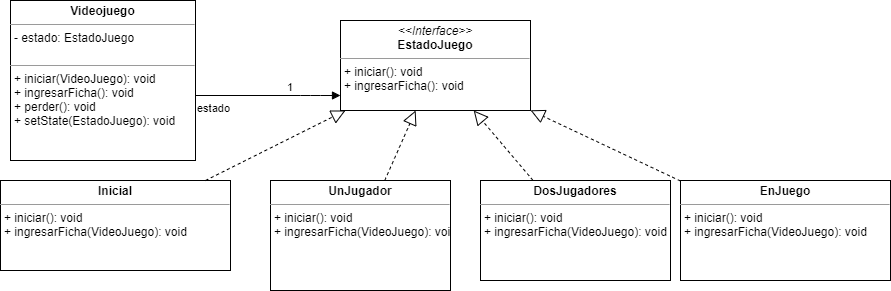
Earlier version of the draw.io export src/tpStateStrategy/videoJuego/Videojuego.png (CundariNicolas/unqui-poo2-cundari). Source tidied: cells renumbered, new cells last; positions are measured from the earlier drawing's top-left corner, leaving out a move shared by most shapes.
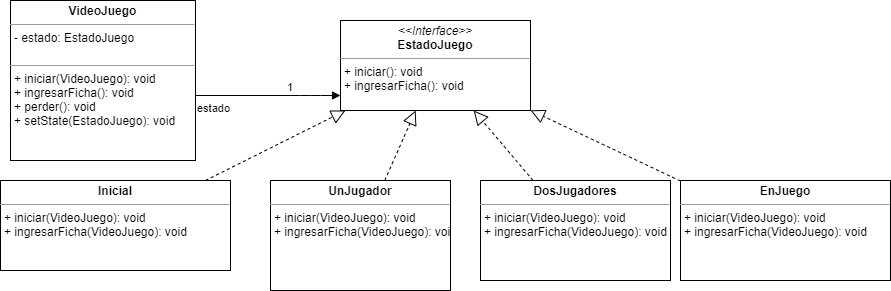
Above is the later version.

Change to the diagram source:
```diff
@@ -2,22 +2,22 @@
   <root>
     <mxCell id="0" />
     <mxCell id="1" parent="0" />
-    <mxCell id="2" value="&lt;p style=&quot;margin: 0px ; margin-top: 4px ; text-align: center&quot;&gt;&lt;b&gt;Videojuego&lt;/b&gt;&lt;/p&gt;&lt;hr size=&quot;1&quot;&gt;&lt;p style=&quot;margin: 0px ; margin-left: 4px&quot;&gt;- estado: EstadoJuego&lt;/p&gt;&lt;p style=&quot;margin: 0px ; margin-left: 4px&quot;&gt;&lt;br&gt;&lt;/p&gt;&lt;hr size=&quot;1&quot;&gt;&lt;p style=&quot;margin: 0px ; margin-left: 4px&quot;&gt;+ iniciar(VideoJuego): void&lt;/p&gt;&lt;p style=&quot;margin: 0px ; margin-left: 4px&quot;&gt;+ ingresarFicha(): void&lt;/p&gt;&lt;p style=&quot;margin: 0px ; margin-left: 4px&quot;&gt;+ perder(): void&lt;/p&gt;&lt;p style=&quot;margin: 0px ; margin-left: 4px&quot;&gt;+ setState(EstadoJuego): void&lt;/p&gt;&lt;p style=&quot;margin: 0px ; margin-left: 4px&quot;&gt;&lt;br&gt;&lt;/p&gt;" style="verticalAlign=top;align=left;overflow=fill;fontSize=12;fontFamily=Helvetica;html=1;" parent="1" vertex="1">
+    <mxCell id="2" value="&lt;p style=&quot;margin: 0px ; margin-top: 4px ; text-align: center&quot;&gt;&lt;b&gt;VideoJuego&lt;/b&gt;&lt;/p&gt;&lt;hr size=&quot;1&quot;&gt;&lt;p style=&quot;margin: 0px ; margin-left: 4px&quot;&gt;- estado: EstadoJuego&lt;/p&gt;&lt;p style=&quot;margin: 0px ; margin-left: 4px&quot;&gt;&lt;br&gt;&lt;/p&gt;&lt;hr size=&quot;1&quot;&gt;&lt;p style=&quot;margin: 0px ; margin-left: 4px&quot;&gt;+ iniciar(VideoJuego): void&lt;/p&gt;&lt;p style=&quot;margin: 0px ; margin-left: 4px&quot;&gt;+ ingresarFicha(): void&lt;/p&gt;&lt;p style=&quot;margin: 0px ; margin-left: 4px&quot;&gt;+ perder(): void&lt;/p&gt;&lt;p style=&quot;margin: 0px ; margin-left: 4px&quot;&gt;+ setState(EstadoJuego): void&lt;/p&gt;&lt;p style=&quot;margin: 0px ; margin-left: 4px&quot;&gt;&lt;br&gt;&lt;/p&gt;" style="verticalAlign=top;align=left;overflow=fill;fontSize=12;fontFamily=Helvetica;html=1;" parent="1" vertex="1">
       <mxGeometry x="10" width="185" height="160" as="geometry" />
     </mxCell>
     <mxCell id="3" value="&lt;p style=&quot;margin: 0px ; margin-top: 4px ; text-align: center&quot;&gt;&lt;i&gt;&amp;lt;&amp;lt;Interface&amp;gt;&amp;gt;&lt;/i&gt;&lt;br&gt;&lt;b&gt;EstadoJuego&lt;/b&gt;&lt;/p&gt;&lt;hr size=&quot;1&quot;&gt;&lt;p style=&quot;margin: 0px ; margin-left: 4px&quot;&gt;&lt;/p&gt;&lt;p style=&quot;margin: 0px ; margin-left: 4px&quot;&gt;+ iniciar(): void&amp;nbsp;&lt;/p&gt;&lt;p style=&quot;margin: 0px ; margin-left: 4px&quot;&gt;+ ingresarFicha(): void&lt;/p&gt;&lt;p style=&quot;margin: 0px ; margin-left: 4px&quot;&gt;&lt;br&gt;&lt;/p&gt;" style="verticalAlign=top;align=left;overflow=fill;fontSize=12;fontFamily=Helvetica;html=1;" parent="1" vertex="1">
       <mxGeometry x="340" y="20" width="190" height="90" as="geometry" />
     </mxCell>
-    <mxCell id="4" value="&lt;p style=&quot;margin: 0px ; margin-top: 4px ; text-align: center&quot;&gt;&lt;b&gt;Inicial&lt;/b&gt;&lt;/p&gt;&lt;hr size=&quot;1&quot;&gt;&lt;p style=&quot;margin: 0px ; margin-left: 4px&quot;&gt;&lt;/p&gt;&lt;p style=&quot;margin: 0px 0px 0px 4px&quot;&gt;+ iniciar(): void&amp;nbsp;&lt;/p&gt;&lt;p style=&quot;margin: 0px 0px 0px 4px&quot;&gt;+ ingresarFicha(VideoJuego): void&lt;/p&gt;" style="verticalAlign=top;align=left;overflow=fill;fontSize=12;fontFamily=Helvetica;html=1;" parent="1" vertex="1">
+    <mxCell id="4" value="&lt;p style=&quot;margin: 0px ; margin-top: 4px ; text-align: center&quot;&gt;&lt;b&gt;Inicial&lt;/b&gt;&lt;/p&gt;&lt;hr size=&quot;1&quot;&gt;&lt;p style=&quot;margin: 0px ; margin-left: 4px&quot;&gt;&lt;/p&gt;&lt;p style=&quot;margin: 0px 0px 0px 4px&quot;&gt;+ iniciar(VideoJuego): void&amp;nbsp;&lt;/p&gt;&lt;p style=&quot;margin: 0px 0px 0px 4px&quot;&gt;+ ingresarFicha(VideoJuego): void&lt;/p&gt;" style="verticalAlign=top;align=left;overflow=fill;fontSize=12;fontFamily=Helvetica;html=1;" parent="1" vertex="1">
       <mxGeometry y="180" width="230" height="90" as="geometry" />
     </mxCell>
-    <mxCell id="5" value="&lt;p style=&quot;margin: 0px ; margin-top: 4px ; text-align: center&quot;&gt;&lt;b&gt;UnJugador&lt;/b&gt;&lt;/p&gt;&lt;hr size=&quot;1&quot;&gt;&lt;p style=&quot;margin: 0px ; margin-left: 4px&quot;&gt;&lt;/p&gt;&lt;p style=&quot;margin: 0px 0px 0px 4px&quot;&gt;+ iniciar(): void&amp;nbsp;&lt;/p&gt;&lt;p style=&quot;margin: 0px 0px 0px 4px&quot;&gt;+ ingresarFicha(VideoJuego): void&lt;/p&gt;" style="verticalAlign=top;align=left;overflow=fill;fontSize=12;fontFamily=Helvetica;html=1;" parent="1" vertex="1">
+    <mxCell id="5" value="&lt;p style=&quot;margin: 0px ; margin-top: 4px ; text-align: center&quot;&gt;&lt;b&gt;UnJugador&lt;/b&gt;&lt;/p&gt;&lt;hr size=&quot;1&quot;&gt;&lt;p style=&quot;margin: 0px ; margin-left: 4px&quot;&gt;&lt;/p&gt;&lt;p style=&quot;margin: 0px 0px 0px 4px&quot;&gt;+ iniciar(VideoJuego): void&amp;nbsp;&lt;/p&gt;&lt;p style=&quot;margin: 0px 0px 0px 4px&quot;&gt;+ ingresarFicha(VideoJuego): void&lt;/p&gt;" style="verticalAlign=top;align=left;overflow=fill;fontSize=12;fontFamily=Helvetica;html=1;" parent="1" vertex="1">
       <mxGeometry x="270" y="180" width="180" height="110" as="geometry" />
     </mxCell>
-    <mxCell id="6" value="&lt;p style=&quot;margin: 0px ; margin-top: 4px ; text-align: center&quot;&gt;&lt;b&gt;DosJugadores&lt;/b&gt;&lt;/p&gt;&lt;hr size=&quot;1&quot;&gt;&lt;p style=&quot;margin: 0px ; margin-left: 4px&quot;&gt;&lt;/p&gt;&lt;p style=&quot;margin: 0px 0px 0px 4px&quot;&gt;+ iniciar(): void&amp;nbsp;&lt;/p&gt;&lt;p style=&quot;margin: 0px 0px 0px 4px&quot;&gt;+ ingresarFicha(VideoJuego): void&lt;/p&gt;" style="verticalAlign=top;align=left;overflow=fill;fontSize=12;fontFamily=Helvetica;html=1;" parent="1" vertex="1">
+    <mxCell id="6" value="&lt;p style=&quot;margin: 0px ; margin-top: 4px ; text-align: center&quot;&gt;&lt;b&gt;DosJugadores&lt;/b&gt;&lt;/p&gt;&lt;hr size=&quot;1&quot;&gt;&lt;p style=&quot;margin: 0px ; margin-left: 4px&quot;&gt;&lt;/p&gt;&lt;p style=&quot;margin: 0px 0px 0px 4px&quot;&gt;+ iniciar(VideoJuego): void&amp;nbsp;&lt;/p&gt;&lt;p style=&quot;margin: 0px 0px 0px 4px&quot;&gt;+ ingresarFicha(VideoJuego): void&lt;/p&gt;" style="verticalAlign=top;align=left;overflow=fill;fontSize=12;fontFamily=Helvetica;html=1;" parent="1" vertex="1">
       <mxGeometry x="480" y="180" width="190" height="100" as="geometry" />
     </mxCell>
-    <mxCell id="7" value="&lt;p style=&quot;margin: 0px ; margin-top: 4px ; text-align: center&quot;&gt;&lt;b&gt;EnJuego&lt;/b&gt;&lt;/p&gt;&lt;hr size=&quot;1&quot;&gt;&lt;p style=&quot;margin: 0px ; margin-left: 4px&quot;&gt;&lt;/p&gt;&lt;p style=&quot;margin: 0px 0px 0px 4px&quot;&gt;+ iniciar(): void&amp;nbsp;&lt;/p&gt;&lt;p style=&quot;margin: 0px 0px 0px 4px&quot;&gt;+ ingresarFicha(VideoJuego): void&lt;/p&gt;" style="verticalAlign=top;align=left;overflow=fill;fontSize=12;fontFamily=Helvetica;html=1;" parent="1" vertex="1">
+    <mxCell id="7" value="&lt;p style=&quot;margin: 0px ; margin-top: 4px ; text-align: center&quot;&gt;&lt;b&gt;EnJuego&lt;/b&gt;&lt;/p&gt;&lt;hr size=&quot;1&quot;&gt;&lt;p style=&quot;margin: 0px ; margin-left: 4px&quot;&gt;&lt;/p&gt;&lt;p style=&quot;margin: 0px 0px 0px 4px&quot;&gt;+ iniciar(VideoJuego): void&amp;nbsp;&lt;/p&gt;&lt;p style=&quot;margin: 0px 0px 0px 4px&quot;&gt;+ ingresarFicha(VideoJuego): void&lt;/p&gt;" style="verticalAlign=top;align=left;overflow=fill;fontSize=12;fontFamily=Helvetica;html=1;" parent="1" vertex="1">
       <mxGeometry x="680" y="180" width="210" height="100" as="geometry" />
     </mxCell>
     <mxCell id="8" style="endArrow=block;dashed=1;endFill=0;endSize=12;html=1;" parent="1" edge="1" source="4" target="3">
```
